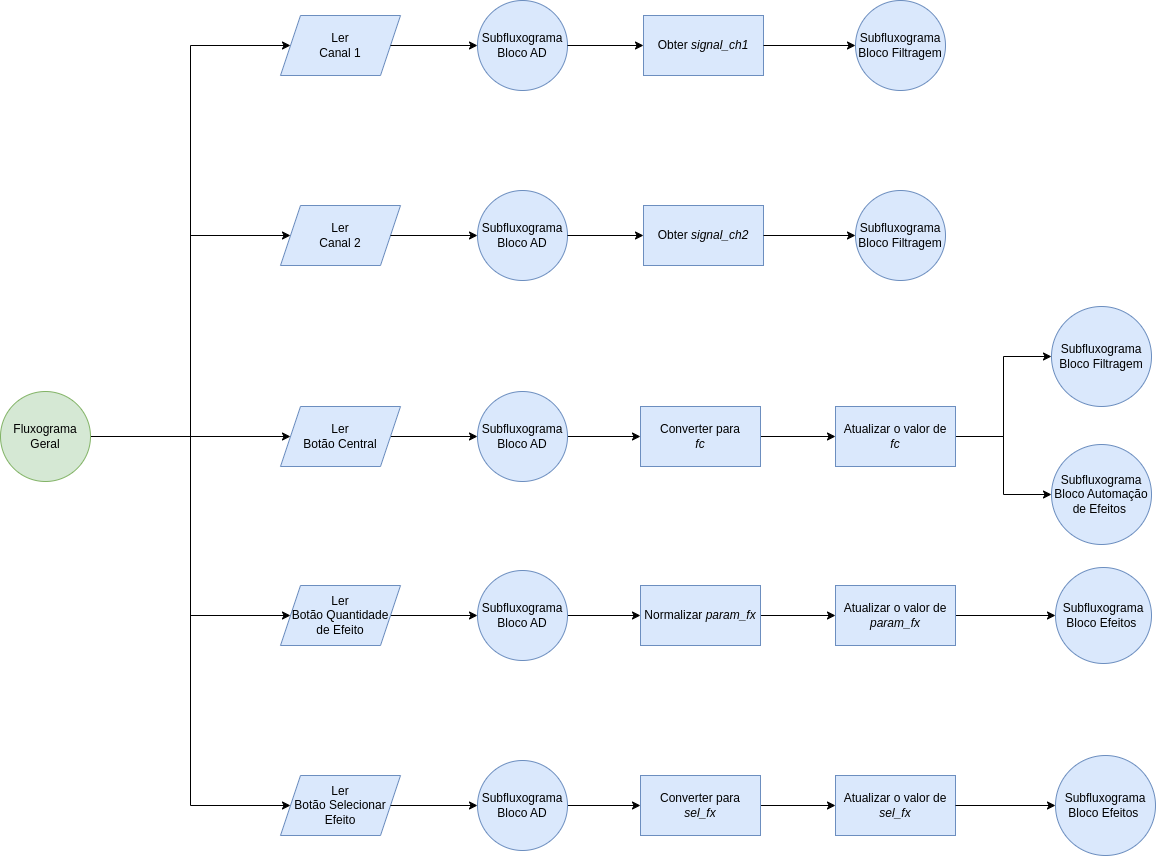
The draw.io diagram graphs/fig54.drawio.png in joselitopradomarques/tcc, before a commit. Source tidied: cells renumbered, new cells last; positions are measured from the earlier drawing's top-left corner, leaving out a move shared by most shapes.
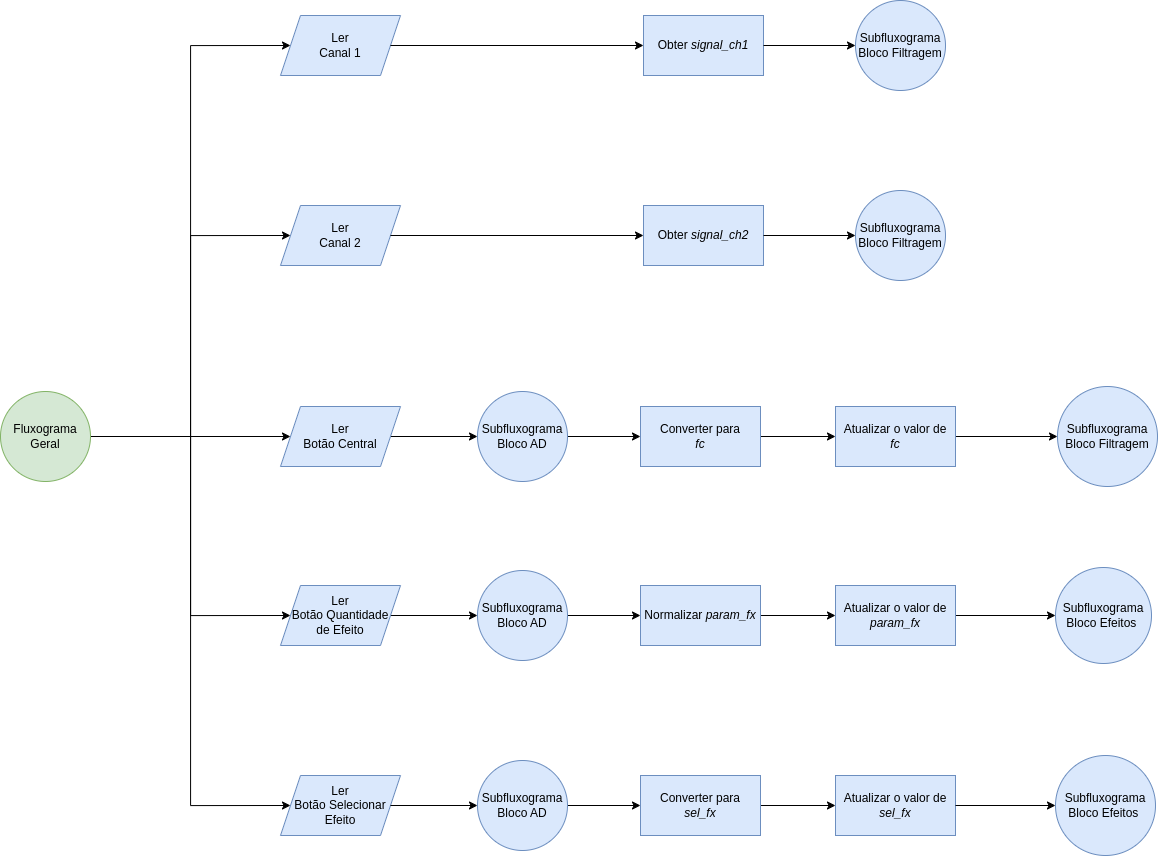
The same diagram one commit later.

Change to the diagram source:
```diff
@@ -8,18 +8,12 @@
     <mxCell id="3" value="Ler&lt;br&gt;Canal 1" style="shape=parallelogram;perimeter=parallelogramPerimeter;whiteSpace=wrap;html=1;fixedSize=1;rounded=0;fillColor=#dae8fc;strokeColor=#6c8ebf;" parent="2" vertex="1">
       <mxGeometry y="15" width="120" height="60" as="geometry" />
     </mxCell>
-    <mxCell id="4" value="Subfluxograma&lt;br&gt;Bloco AD" style="ellipse;whiteSpace=wrap;html=1;fillColor=#dae8fc;strokeColor=#6c8ebf;" parent="2" vertex="1">
-      <mxGeometry x="197" width="90" height="90" as="geometry" />
-    </mxCell>
-    <mxCell id="5" style="edgeStyle=none;html=1;entryX=0;entryY=0.5;entryDx=0;entryDy=0;" parent="2" edge="1" source="3" target="4">
+    <mxCell id="5" style="edgeStyle=none;html=1;entryX=0;entryY=0.5;entryDx=0;entryDy=0;" parent="2" edge="1" source="3" target="6">
       <mxGeometry relative="1" as="geometry" />
     </mxCell>
     <mxCell id="6" value="Obter&amp;nbsp;&lt;i&gt;signal_ch1&lt;/i&gt;" style="rounded=0;whiteSpace=wrap;html=1;fillColor=#dae8fc;strokeColor=#6c8ebf;" parent="2" vertex="1">
       <mxGeometry x="363" y="15" width="120" height="60" as="geometry" />
     </mxCell>
-    <mxCell id="7" style="edgeStyle=none;html=1;entryX=0;entryY=0.5;entryDx=0;entryDy=0;" parent="2" edge="1" source="4" target="6">
-      <mxGeometry relative="1" as="geometry" />
-    </mxCell>
     <mxCell id="8" value="Subfluxograma&lt;br&gt;Bloco Filtragem" style="ellipse;whiteSpace=wrap;html=1;fillColor=#dae8fc;strokeColor=#6c8ebf;" parent="2" vertex="1">
       <mxGeometry x="575" width="90" height="90" as="geometry" />
     </mxCell>
@@ -32,18 +26,12 @@
     <mxCell id="11" value="Ler&lt;br&gt;Canal 2" style="shape=parallelogram;perimeter=parallelogramPerimeter;whiteSpace=wrap;html=1;fixedSize=1;rounded=0;fillColor=#dae8fc;strokeColor=#6c8ebf;" parent="10" vertex="1">
       <mxGeometry y="15" width="120" height="60" as="geometry" />
     </mxCell>
-    <mxCell id="12" value="Subfluxograma&lt;br&gt;Bloco AD" style="ellipse;whiteSpace=wrap;html=1;fillColor=#dae8fc;strokeColor=#6c8ebf;" parent="10" vertex="1">
-      <mxGeometry x="197" width="90" height="90" as="geometry" />
-    </mxCell>
-    <mxCell id="13" style="edgeStyle=none;html=1;entryX=0;entryY=0.5;entryDx=0;entryDy=0;" parent="10" edge="1" source="11" target="12">
+    <mxCell id="13" style="edgeStyle=none;html=1;entryX=0;entryY=0.5;entryDx=0;entryDy=0;" parent="10" edge="1" source="11" target="14">
       <mxGeometry relative="1" as="geometry" />
     </mxCell>
     <mxCell id="14" value="Obter&amp;nbsp;&lt;i&gt;signal_ch2&lt;/i&gt;" style="rounded=0;whiteSpace=wrap;html=1;fillColor=#dae8fc;strokeColor=#6c8ebf;" parent="10" vertex="1">
       <mxGeometry x="363" y="15" width="120" height="60" as="geometry" />
     </mxCell>
-    <mxCell id="15" style="edgeStyle=none;html=1;entryX=0;entryY=0.5;entryDx=0;entryDy=0;" parent="10" edge="1" source="12" target="14">
-      <mxGeometry relative="1" as="geometry" />
-    </mxCell>
     <mxCell id="16" value="Subfluxograma&lt;br&gt;Bloco Filtragem" style="ellipse;whiteSpace=wrap;html=1;fillColor=#dae8fc;strokeColor=#6c8ebf;" parent="10" vertex="1">
       <mxGeometry x="575" width="90" height="90" as="geometry" />
     </mxCell>
@@ -51,7 +39,7 @@
       <mxGeometry relative="1" as="geometry" />
     </mxCell>
     <mxCell id="18" value="Subfluxograma&lt;br&gt;Bloco Filtragem" style="ellipse;whiteSpace=wrap;html=1;fillColor=#dae8fc;strokeColor=#6c8ebf;" parent="1" vertex="1">
-      <mxGeometry x="1051" y="306" width="100" height="100" as="geometry" />
+      <mxGeometry x="1057" y="386" width="100" height="100" as="geometry" />
     </mxCell>
     <mxCell id="19" style="edgeStyle=orthogonalEdgeStyle;html=1;entryX=0;entryY=0.5;entryDx=0;entryDy=0;rounded=0;" parent="1" edge="1" source="25" target="18">
       <mxGeometry relative="1" as="geometry" />
@@ -68,9 +56,6 @@
     <mxCell id="23" value="Converter para&lt;br&gt;&lt;i&gt;fc&lt;/i&gt;" style="rounded=0;whiteSpace=wrap;html=1;fillColor=#dae8fc;strokeColor=#6c8ebf;" parent="1" vertex="1">
       <mxGeometry x="640" y="406" width="120" height="60" as="geometry" />
     </mxCell>
-    <mxCell id="24" style="edgeStyle=orthogonalEdgeStyle;html=1;entryX=0;entryY=0.5;entryDx=0;entryDy=0;rounded=0;" parent="1" edge="1" source="25" target="28">
-      <mxGeometry relative="1" as="geometry" />
-    </mxCell>
     <mxCell id="25" value="Atualizar o valor de&lt;br&gt;&lt;i&gt;fc&lt;/i&gt;" style="rounded=0;whiteSpace=wrap;html=1;fillColor=#dae8fc;strokeColor=#6c8ebf;" parent="1" vertex="1">
       <mxGeometry x="835" y="406" width="120" height="60" as="geometry" />
     </mxCell>
@@ -80,9 +65,6 @@
     <mxCell id="27" value="Subfluxograma&lt;br&gt;Bloco AD" style="ellipse;whiteSpace=wrap;html=1;fillColor=#dae8fc;strokeColor=#6c8ebf;" parent="1" vertex="1">
       <mxGeometry x="477" y="391" width="90" height="90" as="geometry" />
     </mxCell>
-    <mxCell id="28" value="Subfluxograma&lt;br&gt;Bloco Automação de Efeitos&amp;nbsp;" style="ellipse;whiteSpace=wrap;html=1;fillColor=#dae8fc;strokeColor=#6c8ebf;" parent="1" vertex="1">
-      <mxGeometry x="1051" y="444" width="100" height="100" as="geometry" />
-    </mxCell>
     <mxCell id="29" style="edgeStyle=orthogonalEdgeStyle;rounded=0;html=1;entryX=0;entryY=0.5;entryDx=0;entryDy=0;" parent="1" edge="1" source="30" target="36">
       <mxGeometry relative="1" as="geometry" />
     </mxCell>
```
